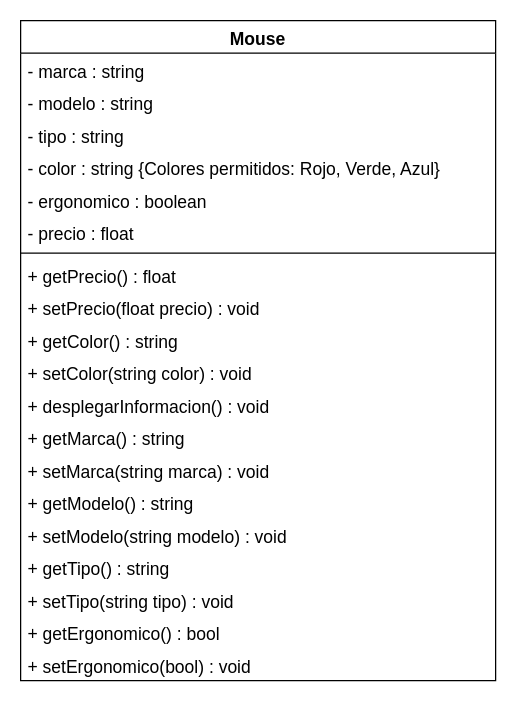
Before: Mouse.drawio in ElGrandiosoRD/programacio1, a draw.io diagram. Source tidied: cells renumbered, new cells numbered last; positions are measured from the earlier drawing's top-left corner, leaving out a move shared by most shapes. Both pictures are drawn from the tidied source at 125%, with x=0, y=0 at pixel (20, 20).
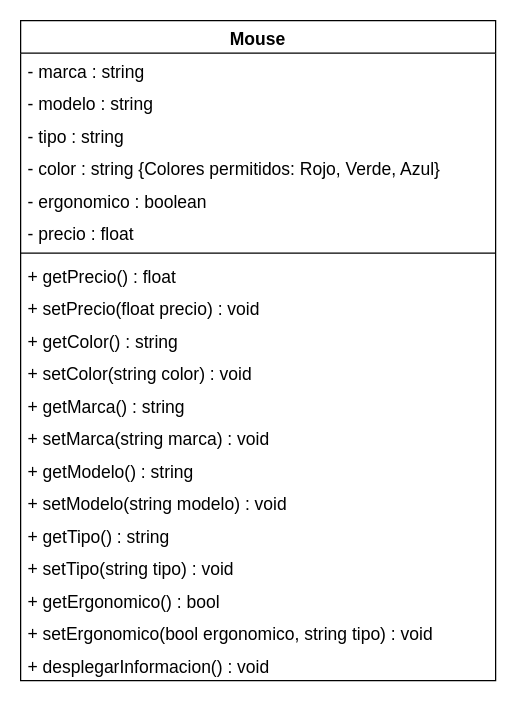
The same diagram, later.

Unchanged cells that the change refers to:
```xml
<mxCell id="2" value="Mouse" style="swimlane;fontStyle=1;align=center;verticalAlign=top;horizontal=1;startSize=26;fontSize=14;" parent="1" vertex="1">
  <mxGeometry width="380" height="528" as="geometry" />
</mxCell>
```

Diff of the diagram source:
```diff
@@
-    <mxCell id="14" value="+ desplegarInformacion() : void" style="text;strokeColor=none;fillColor=none;align=left;verticalAlign=top;spacingLeft=4;spacingRight=4;overflow=hidden;fontSize=14;" parent="2" vertex="1">
-      <mxGeometry y="294" width="380" height="26" as="geometry" />
-    </mxCell>
     <mxCell id="15" value="+ getMarca() : string" style="text;strokeColor=none;fillColor=none;align=left;verticalAlign=top;spacingLeft=4;spacingRight=4;overflow=hidden;fontSize=14;" parent="2" vertex="1">
-      <mxGeometry y="320" width="380" height="26" as="geometry" />
+      <mxGeometry y="294" width="380" height="26" as="geometry" />
     </mxCell>
     <mxCell id="16" value="+ setMarca(string marca) : void" style="text;strokeColor=none;fillColor=none;align=left;verticalAlign=top;spacingLeft=4;spacingRight=4;overflow=hidden;fontSize=14;" parent="2" vertex="1">
-      <mxGeometry y="346" width="380" height="26" as="geometry" />
+      <mxGeometry y="320" width="380" height="26" as="geometry" />
     </mxCell>
     <mxCell id="17" value="+ getModelo() : string" style="text;strokeColor=none;fillColor=none;align=left;verticalAlign=top;spacingLeft=4;spacingRight=4;overflow=hidden;fontSize=14;" parent="2" vertex="1">
-      <mxGeometry y="372" width="380" height="26" as="geometry" />
+      <mxGeometry y="346" width="380" height="26" as="geometry" />
     </mxCell>
     <mxCell id="18" value="+ setModelo(string modelo) : void" style="text;strokeColor=none;fillColor=none;align=left;verticalAlign=top;spacingLeft=4;spacingRight=4;overflow=hidden;fontSize=14;" parent="2" vertex="1">
-      <mxGeometry y="398" width="380" height="26" as="geometry" />
+      <mxGeometry y="372" width="380" height="26" as="geometry" />
     </mxCell>
     <mxCell id="19" value="+ getTipo() : string" style="text;strokeColor=none;fillColor=none;align=left;verticalAlign=top;spacingLeft=4;spacingRight=4;overflow=hidden;fontSize=14;" parent="2" vertex="1">
-      <mxGeometry y="424" width="380" height="26" as="geometry" />
+      <mxGeometry y="398" width="380" height="26" as="geometry" />
     </mxCell>
     <mxCell id="20" value="+ setTipo(string tipo) : void" style="text;strokeColor=none;fillColor=none;align=left;verticalAlign=top;spacingLeft=4;spacingRight=4;overflow=hidden;fontSize=14;" parent="2" vertex="1">
-      <mxGeometry y="450" width="380" height="26" as="geometry" />
+      <mxGeometry y="424" width="380" height="26" as="geometry" />
     </mxCell>
     <mxCell id="21" value="+ getErgonomico() : bool" style="text;strokeColor=none;fillColor=none;align=left;verticalAlign=top;spacingLeft=4;spacingRight=4;overflow=hidden;fontSize=14;" parent="2" vertex="1">
-      <mxGeometry y="476" width="380" height="26" as="geometry" />
+      <mxGeometry y="450" width="380" height="26" as="geometry" />
     </mxCell>
-    <mxCell id="22" value="+ setErgonomico(bool) : void" style="text;strokeColor=none;fillColor=none;align=left;verticalAlign=top;spacingLeft=4;spacingRight=4;overflow=hidden;fontSize=14;" parent="2" vertex="1">
-      <mxGeometry y="502" width="380" height="26" as="geometry" />
+    <mxCell id="22" value="+ setErgonomico(bool ergonomico, string tipo) : void" style="text;strokeColor=none;fillColor=none;align=left;verticalAlign=top;spacingLeft=4;spacingRight=4;overflow=hidden;fontSize=14;" parent="2" vertex="1">
+      <mxGeometry y="476" width="380" height="26" as="geometry" />
     </mxCell>
+    <mxCell id="14" value="+ desplegarInformacion() : void" style="text;strokeColor=none;fillColor=none;align=left;verticalAlign=top;spacingLeft=4;spacingRight=4;overflow=hidden;fontSize=14;" parent="2" vertex="1">
+      <mxGeometry y="502" width="380" height="26" as="geometry" />
+    </mxCell>
```
